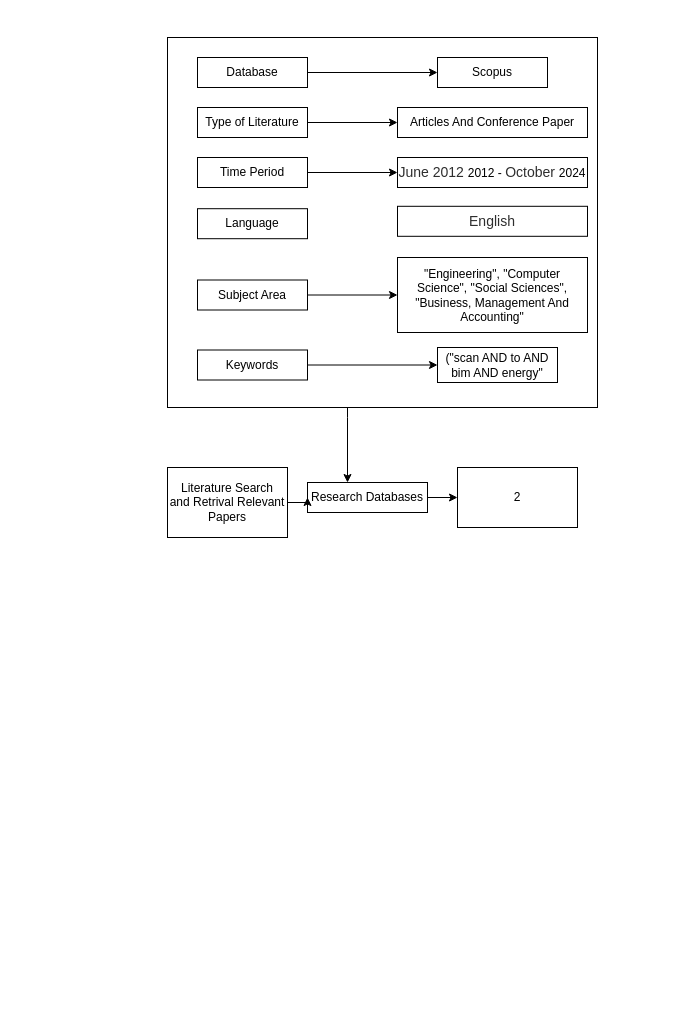
The draw.io diagram page "Page-1" (1 of 2) of methodology.drawio in JeanViaunel/chickenKawa-v1, before the edit. Source tidied: cells renumbered, new cells numbered last; positions are measured from the earlier drawing's top-left corner, leaving out a move shared by most shapes. Both pictures are drawn from the tidied source at 100%, with x=0, y=0 at pixel (167, 37).
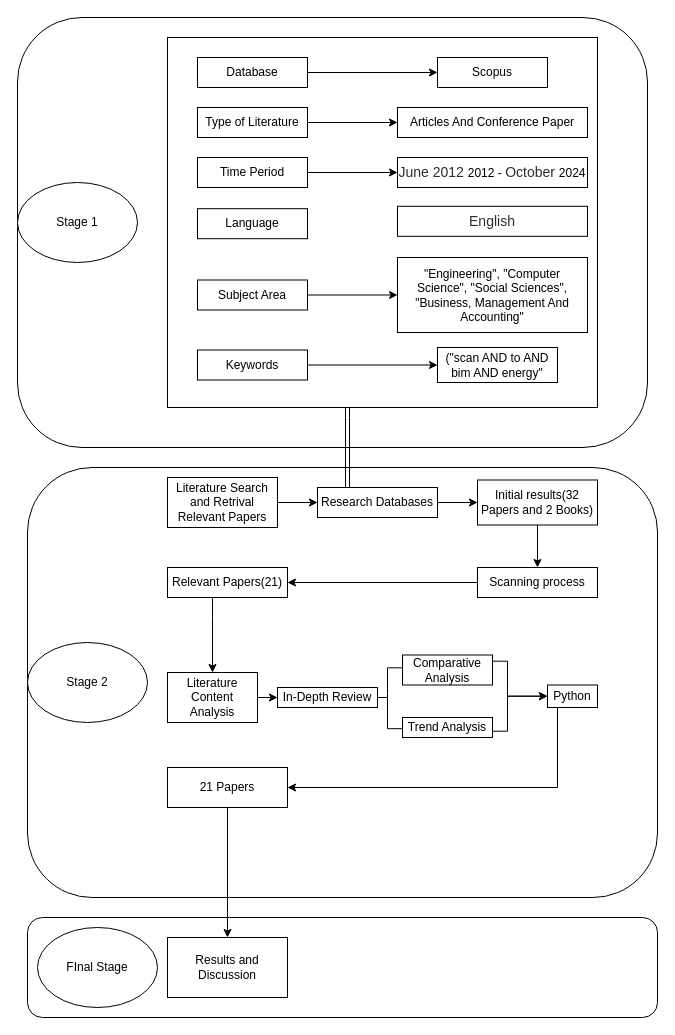
After the change.

The change refers to these unchanged cells:
```xml
<mxCell id="3" style="rounded=0;whiteSpace=wrap;html=1;" parent="1" vertex="1">
  <mxGeometry width="430" height="370" as="geometry" />
</mxCell>
```

Diff of the diagram source:
```diff
@@
+    <mxCell id="26" style="rounded=1;whiteSpace=wrap;html=1;" parent="1" vertex="1">
+      <mxGeometry x="-140" y="880" width="630" height="100" as="geometry" />
+    </mxCell>
+    <mxCell id="27" style="rounded=1;whiteSpace=wrap;html=1;" parent="1" vertex="1">
+      <mxGeometry x="-140" y="430" width="630" height="430" as="geometry" />
+    </mxCell>
+    <mxCell id="28" style="rounded=1;whiteSpace=wrap;html=1;" parent="1" vertex="1">
+      <mxGeometry x="-150" y="-20" width="630" height="430" as="geometry" />
+    </mxCell>
-    <mxCell id="2" style="edgeStyle=orthogonalEdgeStyle;rounded=0;jettySize=auto;html=1;" parent="1" edge="1" source="3" target="22">
+    <mxCell id="2" style="edgeStyle=orthogonalEdgeStyle;rounded=0;jettySize=auto;html=1;curved=1;shape=link;" parent="1" edge="1" source="3" target="22">
       <mxGeometry relative="1" as="geometry">
         <Array as="points">
           <mxPoint x="180" y="380" />
           <mxPoint x="180" y="380" />
         </Array>
       </mxGeometry>
     </mxCell>
@@
     <mxCell id="22" value="Research Databases" style="whiteSpace=wrap;html=1;rounded=0;" parent="1" vertex="1">
-      <mxGeometry x="140" y="445" width="120" height="30" as="geometry" />
+      <mxGeometry x="150" y="450" width="120" height="30" as="geometry" />
     </mxCell>
@@
     <mxCell id="24" value="Literature Search and&amp;nbsp;Retrival Relevant Papers" style="whiteSpace=wrap;html=1;rounded=0;" parent="1" vertex="1">
-      <mxGeometry y="430" width="120" height="70" as="geometry" />
+      <mxGeometry y="440" width="110" height="50" as="geometry" />
     </mxCell>
+    <mxCell id="29" style="edgeStyle=orthogonalEdgeStyle;rounded=0;jettySize=auto;html=1;" parent="1" edge="1" source="25" target="31">
+      <mxGeometry relative="1" as="geometry" />
+    </mxCell>
-    <mxCell id="25" value="2" style="whiteSpace=wrap;html=1;rounded=0;" parent="1" vertex="1">
-      <mxGeometry x="290" y="430" width="120" height="60" as="geometry" />
+    <mxCell id="25" value="Initial results(32 Papers and 2 Books)" style="whiteSpace=wrap;html=1;rounded=0;" parent="1" vertex="1">
+      <mxGeometry x="310" y="442.5" width="120" height="45" as="geometry" />
     </mxCell>
+    <mxCell id="30" style="edgeStyle=orthogonalEdgeStyle;rounded=0;jettySize=auto;html=1;" parent="1" edge="1" source="31" target="33">
+      <mxGeometry relative="1" as="geometry" />
+    </mxCell>
+    <mxCell id="31" value="Scanning process" style="whiteSpace=wrap;html=1;rounded=0;" parent="1" vertex="1">
+      <mxGeometry x="310" y="530" width="120" height="30" as="geometry" />
+    </mxCell>
+    <mxCell id="32" style="edgeStyle=orthogonalEdgeStyle;rounded=0;jettySize=auto;html=1;" parent="1" edge="1" source="33" target="36">
+      <mxGeometry relative="1" as="geometry">
+        <Array as="points">
+          <mxPoint x="45" y="580" />
+          <mxPoint x="45" y="580" />
+        </Array>
+      </mxGeometry>
+    </mxCell>
+    <mxCell id="33" value="Relevant Papers(21)" style="whiteSpace=wrap;html=1;rounded=0;" parent="1" vertex="1">
+      <mxGeometry y="530" width="120" height="30" as="geometry" />
+    </mxCell>
+    <mxCell id="34" style="edgeStyle=orthogonalEdgeStyle;rounded=0;orthogonalLoop=1;jettySize=auto;html=1;" parent="1" edge="1">
+      <mxGeometry relative="1" as="geometry">
+        <mxPoint x="220" y="660" as="sourcePoint" />
+        <mxPoint x="250" y="630.3" as="targetPoint" />
+        <Array as="points">
+          <mxPoint x="220" y="656.2" />
+          <mxPoint x="220" y="630.2" />
+        </Array>
+      </mxGeometry>
+    </mxCell>
+    <mxCell id="35" style="edgeStyle=orthogonalEdgeStyle;rounded=0;orthogonalLoop=1;jettySize=auto;html=1;entryX=0;entryY=0.5;entryDx=0;entryDy=0;" parent="1" edge="1">
+      <mxGeometry relative="1" as="geometry">
+        <mxPoint x="200" y="660" as="sourcePoint" />
+        <mxPoint x="250" y="691.2" as="targetPoint" />
+        <Array as="points">
+          <mxPoint x="220" y="660.2" />
+          <mxPoint x="220" y="691.2" />
+        </Array>
+      </mxGeometry>
+    </mxCell>
+    <mxCell id="36" value="Literature Content Analysis" style="whiteSpace=wrap;html=1;rounded=0;" parent="1" vertex="1">
+      <mxGeometry y="635" width="90" height="50" as="geometry" />
+    </mxCell>
+    <mxCell id="37" style="edgeStyle=orthogonalEdgeStyle;rounded=0;orthogonalLoop=1;jettySize=auto;html=1;" parent="1" edge="1">
+      <mxGeometry relative="1" as="geometry">
+        <mxPoint x="300" y="623.7" as="sourcePoint" />
+        <mxPoint x="380" y="658.7" as="targetPoint" />
+        <Array as="points">
+          <mxPoint x="340" y="623.7" />
+          <mxPoint x="340" y="658.7" />
+        </Array>
+      </mxGeometry>
+    </mxCell>
+    <mxCell id="38" value="Comparative Analysis" style="whiteSpace=wrap;html=1;rounded=0;" parent="1" vertex="1">
+      <mxGeometry x="235" y="617.5" width="90" height="30" as="geometry" />
+    </mxCell>
+    <mxCell id="39" style="edgeStyle=orthogonalEdgeStyle;rounded=0;orthogonalLoop=1;jettySize=auto;html=1;exitX=0.5;exitY=1;exitDx=0;exitDy=0;" parent="1" edge="1" source="36" target="36">
+      <mxGeometry relative="1" as="geometry" />
+    </mxCell>
+    <mxCell id="40" style="edgeStyle=orthogonalEdgeStyle;rounded=0;orthogonalLoop=1;jettySize=auto;html=1;" parent="1" edge="1">
+      <mxGeometry relative="1" as="geometry">
+        <mxPoint x="300" y="693.7" as="sourcePoint" />
+        <mxPoint x="380" y="658.7" as="targetPoint" />
+        <Array as="points">
+          <mxPoint x="340" y="693.7" />
+          <mxPoint x="340" y="658.7" />
+        </Array>
+      </mxGeometry>
+    </mxCell>
+    <mxCell id="41" value="Trend Analysis" style="whiteSpace=wrap;html=1;rounded=0;" parent="1" vertex="1">
+      <mxGeometry x="235" y="680" width="90" height="20" as="geometry" />
+    </mxCell>
+    <mxCell id="42" style="edgeStyle=orthogonalEdgeStyle;rounded=0;jettySize=auto;html=1;" parent="1" edge="1" source="43" target="46">
+      <mxGeometry relative="1" as="geometry">
+        <Array as="points">
+          <mxPoint x="390" y="750" />
+        </Array>
+      </mxGeometry>
+    </mxCell>
+    <mxCell id="43" value="Python" style="whiteSpace=wrap;html=1;rounded=0;" parent="1" vertex="1">
+      <mxGeometry x="380" y="647.5" width="50" height="22.5" as="geometry" />
+    </mxCell>
+    <mxCell id="44" style="edgeStyle=orthogonalEdgeStyle;rounded=0;orthogonalLoop=1;jettySize=auto;html=1;exitX=1;exitY=0.5;exitDx=0;exitDy=0;" parent="1" edge="1">
+      <mxGeometry relative="1" as="geometry">
+        <mxPoint x="90" y="660" as="sourcePoint" />
+        <mxPoint x="110" y="660" as="targetPoint" />
+      </mxGeometry>
+    </mxCell>
+    <mxCell id="45" style="edgeStyle=orthogonalEdgeStyle;rounded=0;jettySize=auto;html=1;" parent="1" edge="1" source="46" target="48">
+      <mxGeometry relative="1" as="geometry" />
+    </mxCell>
+    <mxCell id="46" value="21 Papers" style="whiteSpace=wrap;html=1;rounded=0;" parent="1" vertex="1">
+      <mxGeometry y="730" width="120" height="40" as="geometry" />
+    </mxCell>
+    <mxCell id="47" value="In-Depth Review" style="whiteSpace=wrap;html=1;rounded=0;" parent="1" vertex="1">
+      <mxGeometry x="110" y="650" width="100" height="20" as="geometry" />
+    </mxCell>
+    <mxCell id="48" value="Results and Discussion" style="whiteSpace=wrap;html=1;rounded=0;" parent="1" vertex="1">
+      <mxGeometry y="900" width="120" height="60" as="geometry" />
+    </mxCell>
+    <mxCell id="49" value="Stage 1" style="ellipse;whiteSpace=wrap;html=1;" parent="1" vertex="1">
+      <mxGeometry x="-150" y="145" width="120" height="80" as="geometry" />
+    </mxCell>
+    <mxCell id="50" value="Stage 2" style="ellipse;whiteSpace=wrap;html=1;" parent="1" vertex="1">
+      <mxGeometry x="-140" y="605" width="120" height="80" as="geometry" />
+    </mxCell>
+    <mxCell id="51" value="FInal Stage" style="ellipse;whiteSpace=wrap;html=1;" parent="1" vertex="1">
+      <mxGeometry x="-130" y="890" width="120" height="80" as="geometry" />
+    </mxCell>
```
